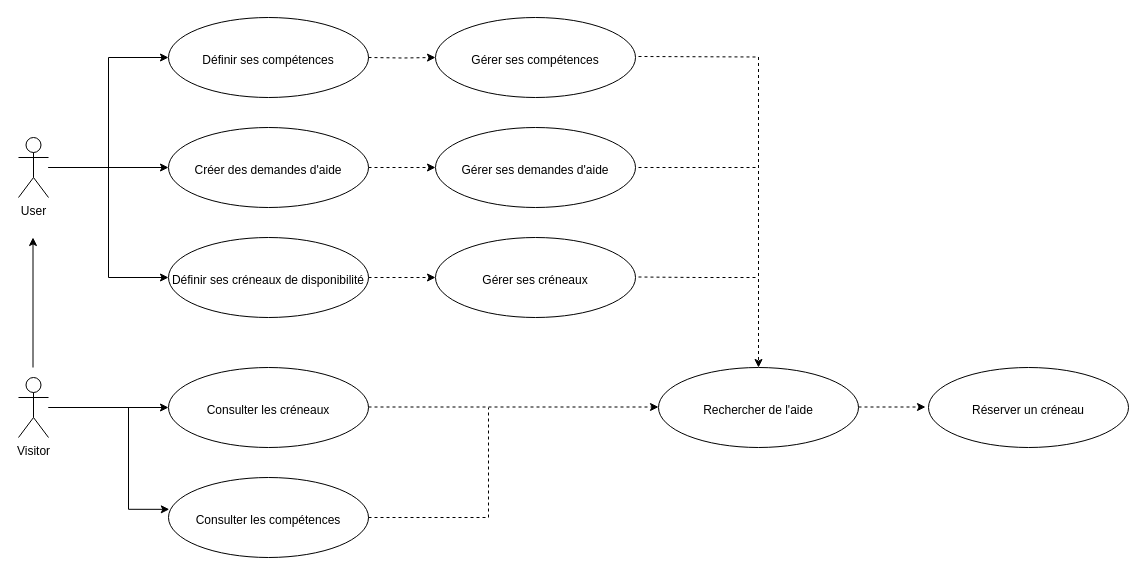
This is voisins_malins/UML/UseCase_VoisinsMalins.drawio from TonyB-FMS/Voisins-Malins, a draw.io file, before an edit. Source tidied: cells renumbered, new cells numbered last; positions are measured from the earlier drawing's top-left corner, leaving out a move shared by most shapes. Both pictures are drawn from the tidied source at 100%, with x=0, y=0 at pixel (18, 17).
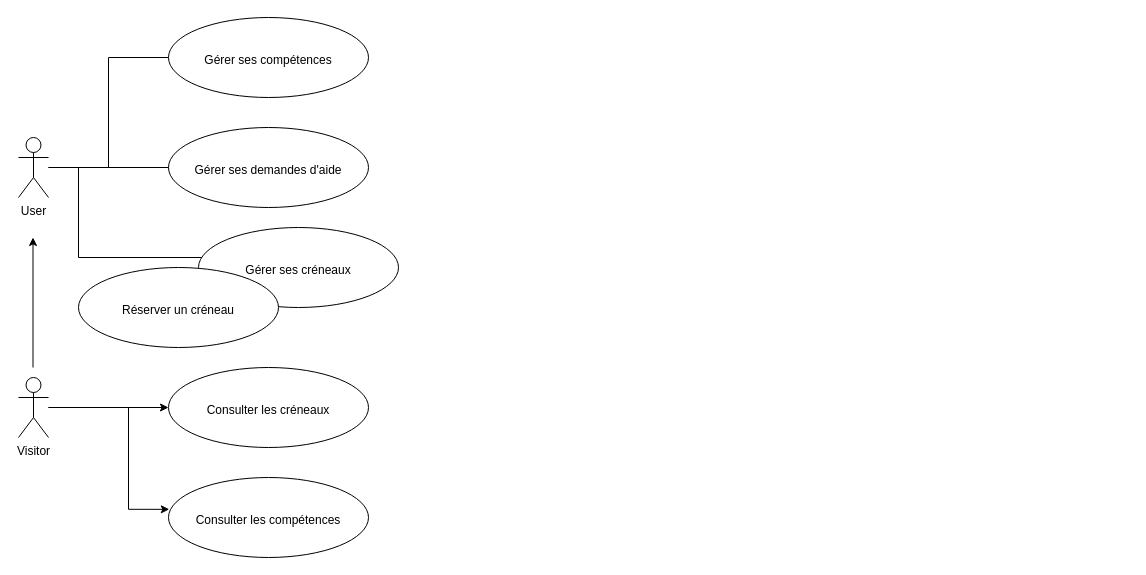
After the change.

Unchanged cells that the change refers to:
```xml
<mxCell id="2" value="User&lt;div&gt;&lt;br&gt;&lt;/div&gt;" style="shape=umlActor;verticalLabelPosition=bottom;verticalAlign=top;html=1;outlineConnect=0;" parent="1" vertex="1">
  <mxGeometry y="120" width="30" height="60" as="geometry" />
</mxCell>
<mxCell id="16" value="&lt;div&gt;&lt;br&gt;&lt;/div&gt;&lt;div&gt;&lt;br&gt;&lt;/div&gt;Consulter les compétences&lt;div&gt;&lt;/div&gt;" style="ellipse;whiteSpace=wrap;html=1;verticalAlign=top;" parent="1" vertex="1">
  <mxGeometry x="150" y="460" width="200" height="80" as="geometry" />
</mxCell>
```

Change to the diagram source:
```diff
@@
-    <mxCell id="4" style="edgeStyle=orthogonalEdgeStyle;rounded=0;jettySize=auto;html=1;dashed=1;" parent="1" edge="1" source="5" target="7">
-      <mxGeometry relative="1" as="geometry" />
-    </mxCell>
-    <mxCell id="5" value="&lt;div&gt;&lt;br&gt;&lt;/div&gt;&lt;div&gt;&lt;br&gt;&lt;/div&gt;Créer des demandes d'aide" style="ellipse;whiteSpace=wrap;html=1;verticalAlign=top;" parent="1" vertex="1">
-      <mxGeometry x="150" y="110" width="200" height="80" as="geometry" />
-    </mxCell>
@@
     <mxCell id="7" value="&lt;div&gt;&lt;br&gt;&lt;/div&gt;&lt;div&gt;&lt;br&gt;&lt;/div&gt;&lt;div&gt;Gérer ses demandes d'aide&lt;/div&gt;" style="ellipse;whiteSpace=wrap;html=1;verticalAlign=top;" parent="1" vertex="1">
-      <mxGeometry x="417" y="110" width="200" height="80" as="geometry" />
+      <mxGeometry x="150" y="110" width="200" height="80" as="geometry" />
     </mxCell>
-    <mxCell id="8" style="edgeStyle=orthogonalEdgeStyle;rounded=0;jettySize=auto;html=1;entryX=0;entryY=0.5;entryDx=0;entryDy=0;" parent="1" edge="1" source="2" target="5">
-      <mxGeometry relative="1" as="geometry" />
+    <mxCell id="8" style="edgeStyle=orthogonalEdgeStyle;rounded=0;jettySize=auto;html=1;entryX=0;entryY=0.5;entryDx=0;entryDy=0;endArrow=none;endFill=0;" parent="1" edge="1" source="2">
+      <mxGeometry relative="1" as="geometry">
+        <mxPoint x="150" y="150" as="targetPoint" />
+      </mxGeometry>
     </mxCell>
-    <mxCell id="9" style="edgeStyle=orthogonalEdgeStyle;rounded=0;jettySize=auto;html=1;dashed=1;" parent="1" edge="1" source="10" target="11">
-      <mxGeometry relative="1" as="geometry" />
-    </mxCell>
-    <mxCell id="10" value="&lt;div&gt;&lt;br&gt;&lt;/div&gt;&lt;div&gt;&lt;br&gt;&lt;/div&gt;Définir ses créneaux de disponibilité" style="ellipse;whiteSpace=wrap;html=1;verticalAlign=top;" parent="1" vertex="1">
-      <mxGeometry x="150" y="220" width="200" height="80" as="geometry" />
-    </mxCell>
     <mxCell id="11" value="&lt;div&gt;&lt;br&gt;&lt;/div&gt;&lt;div&gt;&lt;br&gt;&lt;/div&gt;&lt;div&gt;Gérer ses créneaux&lt;/div&gt;" style="ellipse;whiteSpace=wrap;html=1;verticalAlign=top;" parent="1" vertex="1">
-      <mxGeometry x="417" y="220" width="200" height="80" as="geometry" />
+      <mxGeometry x="180" y="210" width="200" height="80" as="geometry" />
     </mxCell>
-    <mxCell id="12" style="edgeStyle=orthogonalEdgeStyle;rounded=0;jettySize=auto;html=1;entryX=0;entryY=0.5;entryDx=0;entryDy=0;" parent="1" edge="1" source="2" target="10">
-      <mxGeometry relative="1" as="geometry" />
+    <mxCell id="12" style="edgeStyle=orthogonalEdgeStyle;rounded=0;jettySize=auto;html=1;endArrow=none;endFill=0;" parent="1" edge="1" target="11">
+      <mxGeometry relative="1" as="geometry">
+        <mxPoint x="90" y="150" as="sourcePoint" />
+        <Array as="points">
+          <mxPoint x="60" y="150" />
+          <mxPoint x="60" y="240" />
+        </Array>
+      </mxGeometry>
     </mxCell>
@@
     <mxCell id="14" value="&lt;div&gt;&lt;br&gt;&lt;/div&gt;&lt;div&gt;&lt;br&gt;&lt;/div&gt;&lt;div&gt;Réserver un créneau&lt;/div&gt;" style="ellipse;whiteSpace=wrap;html=1;verticalAlign=top;" parent="1" vertex="1">
-      <mxGeometry x="910" y="350" width="200" height="80" as="geometry" />
+      <mxGeometry x="60" y="250" width="200" height="80" as="geometry" />
     </mxCell>
@@
-    <mxCell id="18" value="&lt;div&gt;&lt;br&gt;&lt;/div&gt;&lt;div&gt;&lt;br&gt;&lt;/div&gt;Définir ses compétences&lt;div&gt;&lt;/div&gt;" style="ellipse;whiteSpace=wrap;html=1;verticalAlign=top;" parent="1" vertex="1">
-      <mxGeometry x="150" width="200" height="80" as="geometry" />
-    </mxCell>
-    <mxCell id="19" style="edgeStyle=orthogonalEdgeStyle;rounded=0;jettySize=auto;html=1;" parent="1" edge="1" source="2" target="18">
+    <mxCell id="19" style="edgeStyle=orthogonalEdgeStyle;rounded=0;jettySize=auto;html=1;endArrow=none;endFill=0;" parent="1" edge="1" source="2">
       <mxGeometry relative="1" as="geometry">
+        <mxPoint x="150" y="40" as="targetPoint" />
         <Array as="points">
           <mxPoint x="90" y="150" />
           <mxPoint x="90" y="40" />
         </Array>
       </mxGeometry>
     </mxCell>
-    <mxCell id="20" style="edgeStyle=orthogonalEdgeStyle;rounded=0;jettySize=auto;html=1;dashed=1;" parent="1" edge="1" target="21">
-      <mxGeometry relative="1" as="geometry">
-        <mxPoint x="350" y="40" as="sourcePoint" />
-      </mxGeometry>
-    </mxCell>
     <mxCell id="21" value="&lt;div&gt;&lt;br&gt;&lt;/div&gt;&lt;div&gt;&lt;br&gt;&lt;/div&gt;&lt;div&gt;Gérer ses compétences&lt;/div&gt;" style="ellipse;whiteSpace=wrap;html=1;verticalAlign=top;" parent="1" vertex="1">
-      <mxGeometry x="417" width="200" height="80" as="geometry" />
+      <mxGeometry x="150" width="200" height="80" as="geometry" />
     </mxCell>
-    <mxCell id="22" style="edgeStyle=orthogonalEdgeStyle;rounded=0;orthogonalLoop=1;jettySize=auto;html=1;dashed=1;endArrow=none;endFill=0;" parent="1" edge="1">
-      <mxGeometry relative="1" as="geometry">
-        <mxPoint x="620" y="150" as="sourcePoint" />
-        <mxPoint x="740" y="150" as="targetPoint" />
-      </mxGeometry>
-    </mxCell>
-    <mxCell id="23" value="&lt;div&gt;&lt;br&gt;&lt;/div&gt;&lt;div&gt;&lt;br&gt;&lt;/div&gt;&lt;div&gt;Rechercher de l'aide&lt;/div&gt;&lt;div&gt;&lt;br&gt;&lt;/div&gt;" style="ellipse;whiteSpace=wrap;html=1;verticalAlign=top;" parent="1" vertex="1">
-      <mxGeometry x="640" y="350" width="200" height="80" as="geometry" />
-    </mxCell>
-    <mxCell id="24" style="edgeStyle=orthogonalEdgeStyle;rounded=0;orthogonalLoop=1;jettySize=auto;html=1;dashed=1;" parent="1" edge="1">
-      <mxGeometry relative="1" as="geometry">
-        <mxPoint x="840" y="389.5" as="sourcePoint" />
-        <mxPoint x="907" y="389.5" as="targetPoint" />
-      </mxGeometry>
-    </mxCell>
-    <mxCell id="25" style="edgeStyle=orthogonalEdgeStyle;rounded=0;jettySize=auto;html=1;dashed=1;" parent="1" edge="1" target="23">
-      <mxGeometry relative="1" as="geometry">
-        <mxPoint x="350" y="389.5" as="sourcePoint" />
-      </mxGeometry>
-    </mxCell>
-    <mxCell id="26" style="edgeStyle=orthogonalEdgeStyle;rounded=0;jettySize=auto;html=1;dashed=1;exitX=1;exitY=0.5;exitDx=0;exitDy=0;endArrow=none;endFill=0;" parent="1" edge="1" source="16">
-      <mxGeometry relative="1" as="geometry">
-        <mxPoint x="470" y="390" as="targetPoint" />
-        <Array as="points">
-          <mxPoint x="470" y="500" />
-          <mxPoint x="470" y="390" />
-        </Array>
-      </mxGeometry>
-    </mxCell>
-    <mxCell id="27" style="edgeStyle=orthogonalEdgeStyle;rounded=0;jettySize=auto;html=1;dashed=1;" parent="1" edge="1" target="23">
-      <mxGeometry relative="1" as="geometry">
-        <mxPoint x="620" y="39" as="sourcePoint" />
-      </mxGeometry>
-    </mxCell>
-    <mxCell id="28" style="edgeStyle=orthogonalEdgeStyle;rounded=0;orthogonalLoop=1;jettySize=auto;html=1;dashed=1;endArrow=none;endFill=0;" parent="1" edge="1">
-      <mxGeometry relative="1" as="geometry">
-        <mxPoint x="620" y="259.5" as="sourcePoint" />
-        <mxPoint x="740" y="260" as="targetPoint" />
-      </mxGeometry>
-    </mxCell>
```
